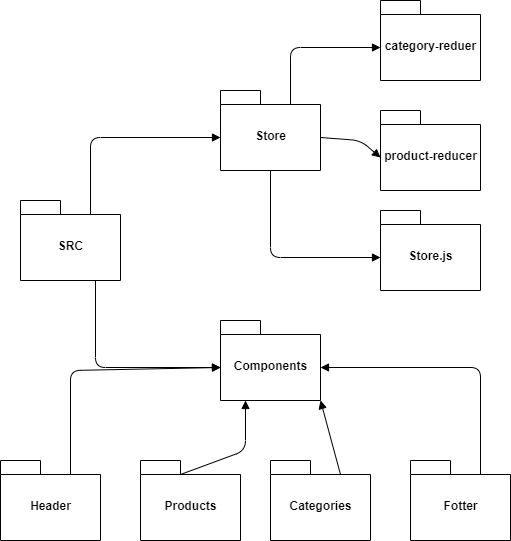
Before: lab-36.png, a diagram exported from draw.io (Omar-Tarawneh/storefront). Source tidied: cells renumbered, new cells last; positions are measured from the earlier drawing's top-left corner, leaving out a move shared by most shapes.
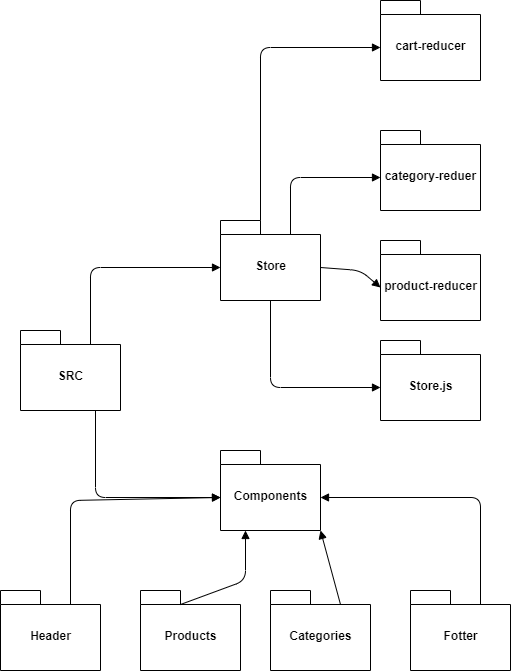
Later version of the same file.

Change to the diagram source:
```diff
@@ -93,5 +93,15 @@
         </Array>
       </mxGeometry>
     </mxCell>
+    <mxCell id="21" value="cart-reducer" style="shape=folder;fontStyle=1;spacingTop=10;tabWidth=40;tabHeight=14;tabPosition=left;html=1;" parent="1" vertex="1">
+      <mxGeometry x="380" y="-130" width="100" height="80" as="geometry" />
+    </mxCell>
+    <mxCell id="22" style="html=1;verticalAlign=bottom;endArrow=block;exitX=0;exitY=0;exitDx=40;exitDy=0;exitPerimeter=0;entryX=0;entryY=0;entryDx=0;entryDy=47;entryPerimeter=0;" parent="1" edge="1" source="4" target="21">
+      <mxGeometry relative="1" as="geometry">
+        <Array as="points">
+          <mxPoint x="260" y="-83" />
+        </Array>
+      </mxGeometry>
+    </mxCell>
   </root>
 </mxGraphModel>
```
